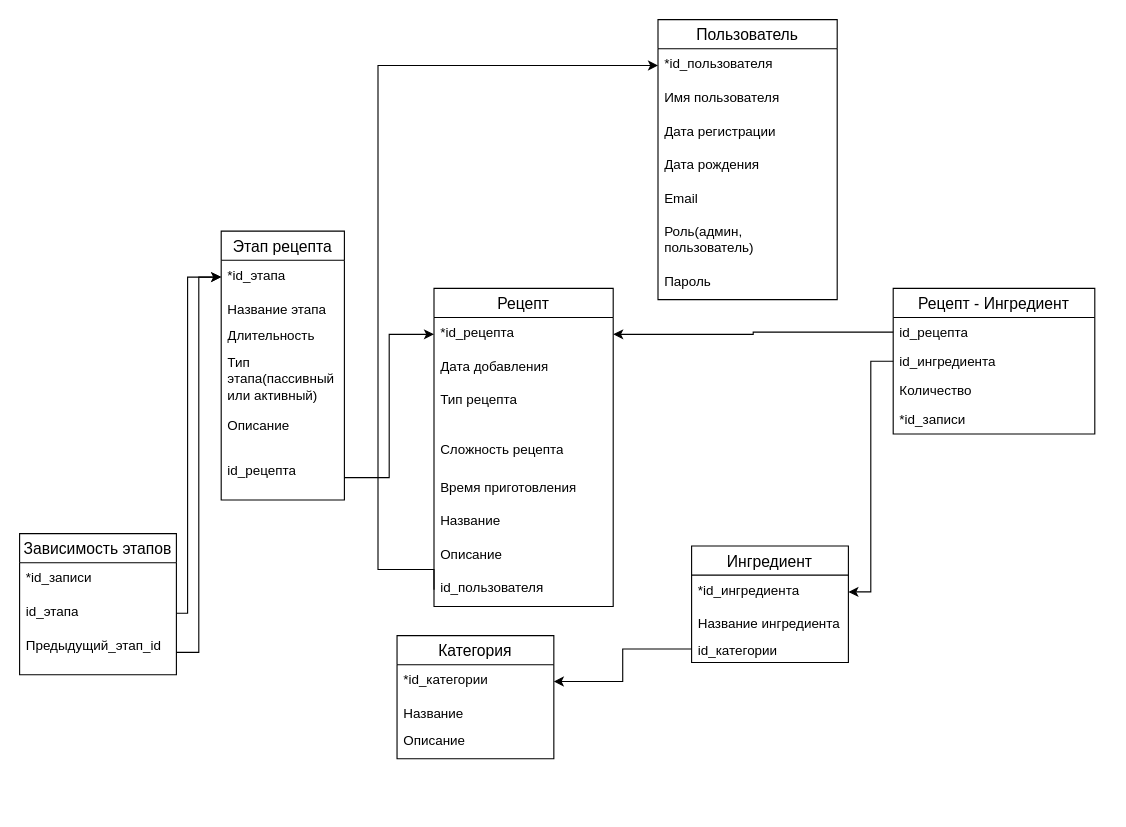
Before: doc/relational.drawio in pestlain34/A_Graph-Based_System_for_Intelligent_Culinary_Process_Sequencing, a draw.io diagram. Source tidied: cells renumbered, new cells numbered last; positions are measured from the earlier drawing's top-left corner, leaving out a move shared by most shapes. Both pictures are drawn from the tidied source at 112%, with x=0, y=0 at pixel (19, 19).
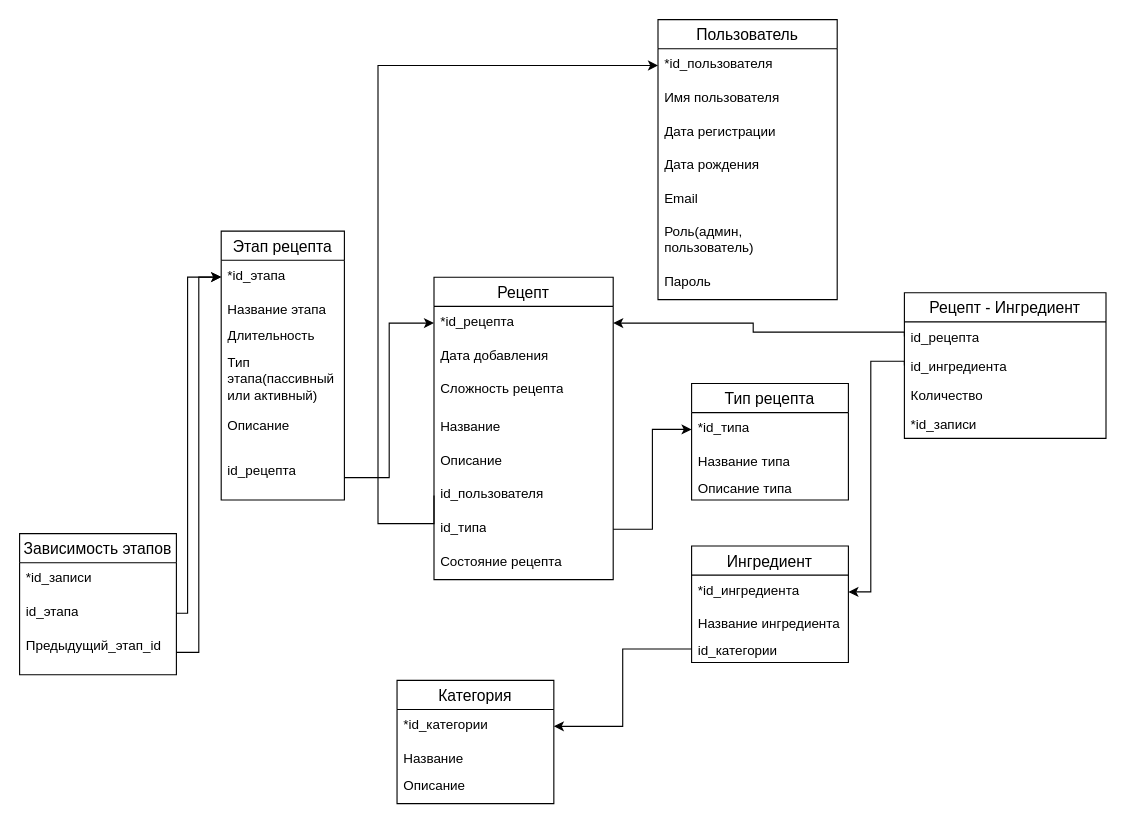
After the change.

Unchanged cells that the change refers to:
```xml
<mxCell id="3" value="*id_пользователя" style="text;strokeColor=none;fillColor=none;spacingLeft=4;spacingRight=4;overflow=hidden;points=[[0,0.5],[1,0.5]];portConstraint=eastwest;fontSize=12;whiteSpace=wrap;html=1;" parent="2" vertex="1">
  <mxGeometry y="26" width="160" height="30" as="geometry" />
</mxCell>
<mxCell id="11" value="*id_рецепта" style="text;strokeColor=none;fillColor=none;spacingLeft=4;spacingRight=4;overflow=hidden;points=[[0,0.5],[1,0.5]];portConstraint=eastwest;fontSize=12;whiteSpace=wrap;html=1;" parent="10" vertex="1">
  <mxGeometry y="26" width="160" height="30" as="geometry" />
</mxCell>
<mxCell id="39" value="id_рецепта" style="text;strokeColor=none;fillColor=none;spacingLeft=4;spacingRight=4;overflow=hidden;points=[[0,0.5],[1,0.5]];portConstraint=eastwest;fontSize=12;whiteSpace=wrap;html=1;" parent="38" vertex="1">
  <mxGeometry y="26" width="180" height="26" as="geometry" />
</mxCell>
```

Diff of the diagram source:
```diff
@@
     <mxCell id="10" value="Рецепт" style="swimlane;fontStyle=0;horizontal=1;startSize=26;align=center;fontSize=14;" parent="1" vertex="1">
-      <mxGeometry x="370" y="240" width="160" height="284" as="geometry" />
+      <mxGeometry x="370" y="230" width="160" height="270" as="geometry" />
     </mxCell>
@@
-    <mxCell id="13" value="Тип рецепта" style="text;strokeColor=none;fillColor=none;spacingLeft=4;spacingRight=4;overflow=hidden;fontSize=12;whiteSpace=wrap;html=1;" parent="10" vertex="1">
-      <mxGeometry y="86" width="160" height="44" as="geometry" />
-    </mxCell>
     <mxCell id="14" value="Сложность рецепта" style="text;strokeColor=none;fillColor=none;spacingLeft=4;spacingRight=4;overflow=hidden;fontSize=12;whiteSpace=wrap;html=1;" parent="10" vertex="1">
-      <mxGeometry y="130" width="160" height="34" as="geometry" />
+      <mxGeometry y="86" width="160" height="34" as="geometry" />
     </mxCell>
-    <mxCell id="15" value="Время приготовления" style="text;strokeColor=none;fillColor=none;spacingLeft=4;spacingRight=4;overflow=hidden;fontSize=12;whiteSpace=wrap;html=1;" parent="10" vertex="1">
-      <mxGeometry y="164" width="160" height="30" as="geometry" />
-    </mxCell>
     <mxCell id="16" value="Название" style="text;strokeColor=none;fillColor=none;spacingLeft=4;spacingRight=4;overflow=hidden;fontSize=12;whiteSpace=wrap;html=1;" parent="10" vertex="1">
-      <mxGeometry y="194" width="160" height="30" as="geometry" />
+      <mxGeometry y="120" width="160" height="30" as="geometry" />
     </mxCell>
     <mxCell id="17" value="Описание" style="text;strokeColor=none;fillColor=none;spacingLeft=4;spacingRight=4;overflow=hidden;fontSize=12;whiteSpace=wrap;html=1;" parent="10" vertex="1">
-      <mxGeometry y="224" width="160" height="30" as="geometry" />
+      <mxGeometry y="150" width="160" height="30" as="geometry" />
     </mxCell>
     <mxCell id="18" value="id_пользователя" style="text;strokeColor=none;fillColor=none;spacingLeft=4;spacingRight=4;overflow=hidden;points=[[0,0.5],[1,0.5]];portConstraint=eastwest;fontSize=12;whiteSpace=wrap;html=1;" parent="10" vertex="1">
-      <mxGeometry y="254" width="160" height="30" as="geometry" />
+      <mxGeometry y="180" width="160" height="30" as="geometry" />
     </mxCell>
+    <mxCell id="50" value="id_типа" style="text;strokeColor=none;fillColor=none;spacingLeft=4;spacingRight=4;overflow=hidden;points=[[0,0.5],[1,0.5]];portConstraint=eastwest;fontSize=12;whiteSpace=wrap;html=1;" parent="10" vertex="1">
+      <mxGeometry y="210" width="160" height="30" as="geometry" />
+    </mxCell>
+    <mxCell id="51" value="Состояние рецепта" style="text;strokeColor=none;fillColor=none;spacingLeft=4;spacingRight=4;overflow=hidden;fontSize=12;whiteSpace=wrap;html=1;" parent="10" vertex="1">
+      <mxGeometry y="240" width="160" height="30" as="geometry" />
+    </mxCell>
@@
     <mxCell id="34" value="Категория" style="swimlane;fontStyle=0;horizontal=1;startSize=26;align=center;fontSize=14;" parent="1" vertex="1">
-      <mxGeometry x="337" y="550" width="140" height="110" as="geometry" />
+      <mxGeometry x="337" y="590" width="140" height="110" as="geometry" />
     </mxCell>
@@
     <mxCell id="38" value="Рецепт - Ингредиент" style="swimlane;fontStyle=0;horizontal=1;startSize=26;align=center;fontSize=14;" parent="1" vertex="1">
-      <mxGeometry x="780" y="240" width="180" height="130" as="geometry" />
+      <mxGeometry x="790" y="243.9" width="180" height="130" as="geometry" />
     </mxCell>
@@
     <mxCell id="43" style="edgeStyle=orthogonalEdgeStyle;rounded=0;jettySize=auto;html=1;exitX=0;exitY=0.5;exitDx=0;exitDy=0;entryX=0;entryY=0.5;entryDx=0;entryDy=0;" parent="1" edge="1" source="18" target="3">
       <mxGeometry relative="1" as="geometry">
         <Array as="points">
-          <mxPoint x="320" y="491" />
+          <mxPoint x="370" y="450" />
+          <mxPoint x="320" y="450" />
           <mxPoint x="320" y="41" />
         </Array>
       </mxGeometry>
     </mxCell>
     <mxCell id="44" style="edgeStyle=orthogonalEdgeStyle;rounded=0;jettySize=auto;html=1;exitX=0;exitY=0.5;exitDx=0;exitDy=0;entryX=1;entryY=0.5;entryDx=0;entryDy=0;" parent="1" edge="1" source="39" target="11">
       <mxGeometry relative="1" as="geometry">
         <Array as="points">
+          <mxPoint x="790" y="279" />
           <mxPoint x="655" y="279" />
-          <mxPoint x="655" y="281" />
+          <mxPoint x="655" y="271" />
         </Array>
       </mxGeometry>
     </mxCell>
@@
+    <mxCell id="13" value="Тип рецепта" style="swimlane;fontStyle=0;horizontal=1;startSize=26;align=center;fontSize=14;" parent="1" vertex="1">
+      <mxGeometry x="600" y="324.9" width="140" height="104" as="geometry" />
+    </mxCell>
+    <mxCell id="52" value="*id_типа" style="text;strokeColor=none;fillColor=none;spacingLeft=4;spacingRight=4;overflow=hidden;points=[[0,0.5],[1,0.5]];portConstraint=eastwest;fontSize=12;whiteSpace=wrap;html=1;" parent="13" vertex="1">
+      <mxGeometry y="26" width="140" height="30" as="geometry" />
+    </mxCell>
+    <mxCell id="53" value="Название типа" style="text;strokeColor=none;fillColor=none;spacingLeft=4;spacingRight=4;overflow=hidden;fontSize=12;whiteSpace=wrap;html=1;" parent="13" vertex="1">
+      <mxGeometry y="56" width="140" height="24" as="geometry" />
+    </mxCell>
+    <mxCell id="54" value="Описание типа" style="text;strokeColor=none;fillColor=none;spacingLeft=4;spacingRight=4;overflow=hidden;fontSize=12;whiteSpace=wrap;html=1;" parent="13" vertex="1">
+      <mxGeometry y="80" width="140" height="24" as="geometry" />
+    </mxCell>
+    <mxCell id="55" style="edgeStyle=orthogonalEdgeStyle;rounded=0;jettySize=auto;html=1;entryX=0;entryY=0.5;entryDx=0;entryDy=0;" parent="1" edge="1" source="50" target="52">
+      <mxGeometry relative="1" as="geometry" />
+    </mxCell>
```
